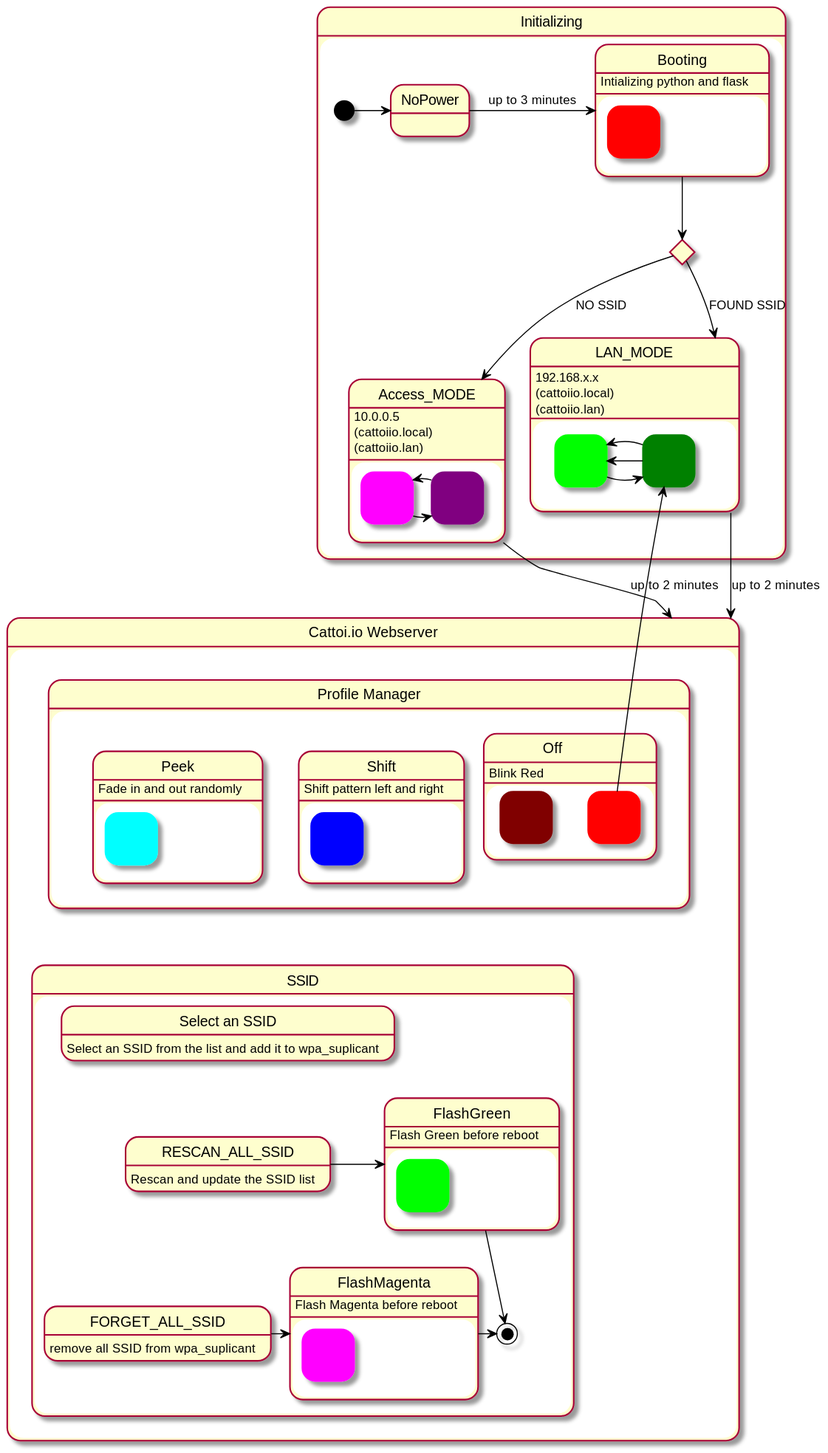
powellkjr/cattoi.io keeps this PlantUML diagram as plantuml/StateMachine.svg. Above is the earlier version. Its diagram source:
```plantuml
@startuml
!include <archimate/Archimate>


state Initializing {
[*] -> NoPower

NoPower -> Booting : up to 3 minutes
state WPA_SSID <<choice>>
state Booting {
  state " " as Booting_h #ff0000 ##ff0000
}
Booting: Intializing python and flask
Booting --> WPA_SSID
WPA_SSID --> Access_MODE : NO SSID
state Access_MODE {
Access_MODE : 10.0.0.5\n(cattoiio.local)\n(cattoiio.lan)
state " " as Access_Mode_h #ff00ff ##ff00ff
state " " as Access_Mode_l #800080 ##800080
Access_Mode_h  -> Access_Mode_l
Access_Mode_h  <- Access_Mode_l
}
WPA_SSID --> LAN_MODE: FOUND SSID
state LAN_MODE {
  LAN_MODE: 192.168.x.x\n(cattoiio.local)\n(cattoiio.lan)
  state " " as LAN_MODE_h #00ff00 ##00ff00
  state " " as LAN_MODE_l #008000 ##008000
LAN_MODE_h -> LAN_MODE_l
LAN_MODE_h <- LAN_MODE_l
}
}


state WebServer as "Cattoi.io Webserver" {

  state ProfileManager as "Profile Manager" {
    state Shift {
      Shift: Shift pattern left and right
      state " " as Shift_h #0000ff ##0000ff
    }
    state Peek {
      Peek: Fade in and out randomly
      state " " as Peek_h #00ffff ##00ffff
    }

    state Off {
      Off: Blink Red
      state " " as Off_h #ff0000 ##ff0000
      state " " as Off_l #800000 ##800000
      Off_h -> LAN_MODE_l
      LAN_MODE_h <- LAN_MODE_l
    }
  }
  state SSID {
    RESCAN_ALL_SSID: Rescan and update the SSID list
    state "Select an SSID" as selectSSID
        selectSSID: Select an SSID from the list and add it to wpa_suplicant
    state FlashGreen {
      FlashGreen : Flash Green before reboot
      state " " as FlashGreen_h #00FF00 ##00FF00
    }
    FORGET_ALL_SSID: remove all SSID from wpa_suplicant
    state FlashMagenta {
      FlashMagenta: Flash Magenta before reboot
      state " " as FlashMagenta_h #FF00FF ##FF00FF
    }

    selectSSID -down[hidden]-> RESCAN_ALL_SSID
    RESCAN_ALL_SSID-down[hidden]-> FORGET_ALL_SSID
    RESCAN_ALL_SSID -> FlashGreen
    FlashGreen-> [*]
    FORGET_ALL_SSID -> FlashMagenta
    FlashMagenta -> [*]
  }
  ProfileManager -down[hidden]-> SSID
}
Access_MODE --> WebServer : up to 2 minutes
LAN_MODE --> WebServer : up to 2 minutes
@enduml
```
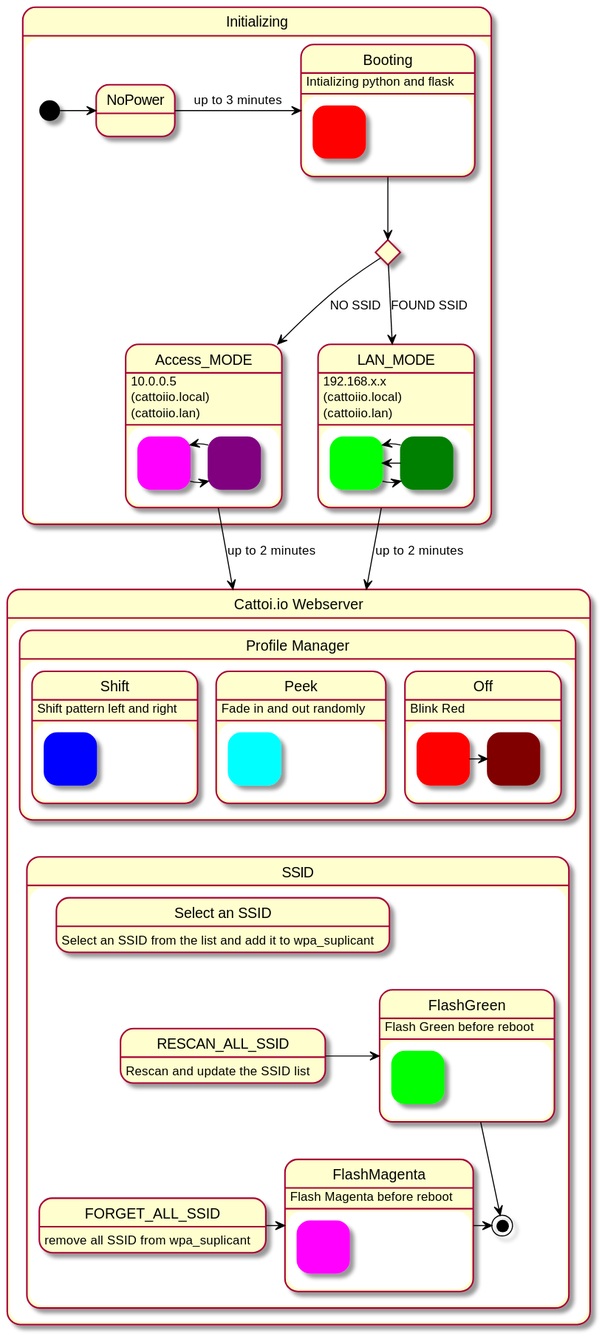
The same file after the commit.

The edit, as a diff of the source:
```diff
@@ -47,7 +47,7 @@
       Off: Blink Red
       state " " as Off_h #ff0000 ##ff0000
       state " " as Off_l #800000 ##800000
-      Off_h -> LAN_MODE_l
+      Off_h -> Off_l
       LAN_MODE_h <- LAN_MODE_l
     }
   }
```
